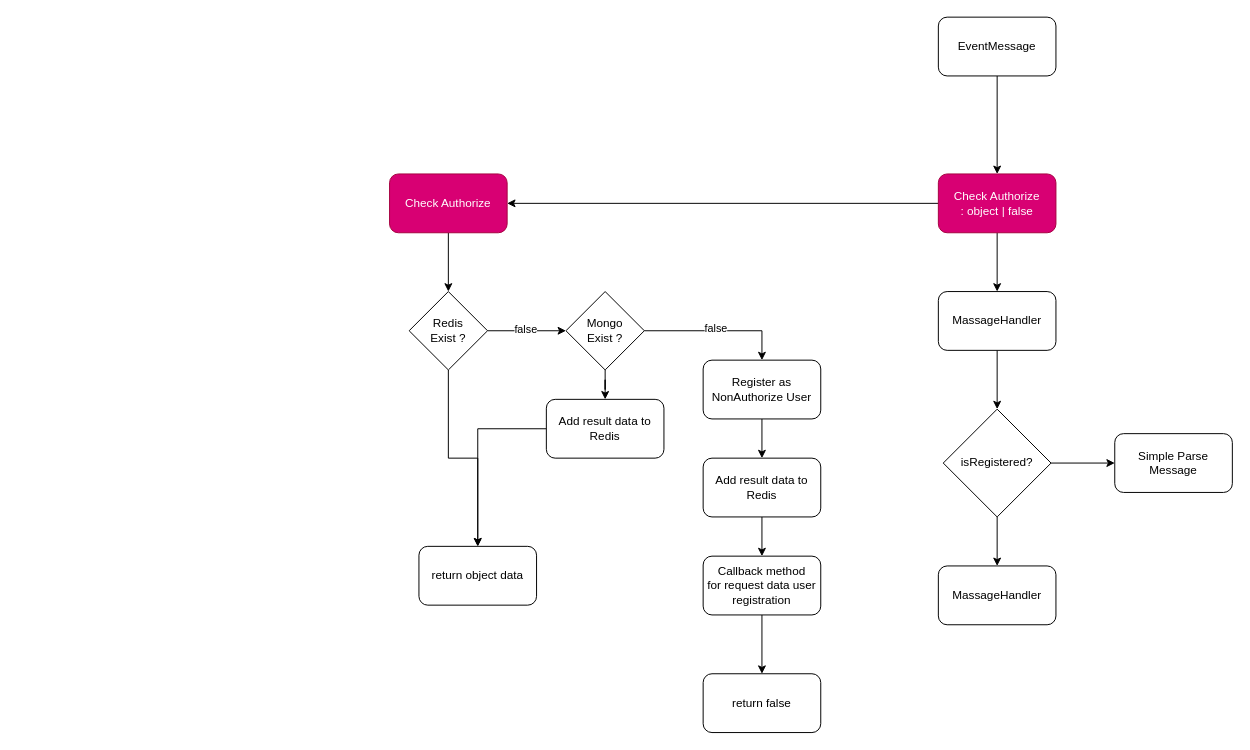
Above: FlowDocumentation.drawio in rizqyn9/r-bot (draw.io), before the change. Source tidied: cells renumbered, new cells numbered last; positions are measured from the earlier drawing's top-left corner, leaving out a move shared by most shapes. Both pictures are drawn from the tidied source at 98%, with x=0, y=0 at pixel (389, 17).
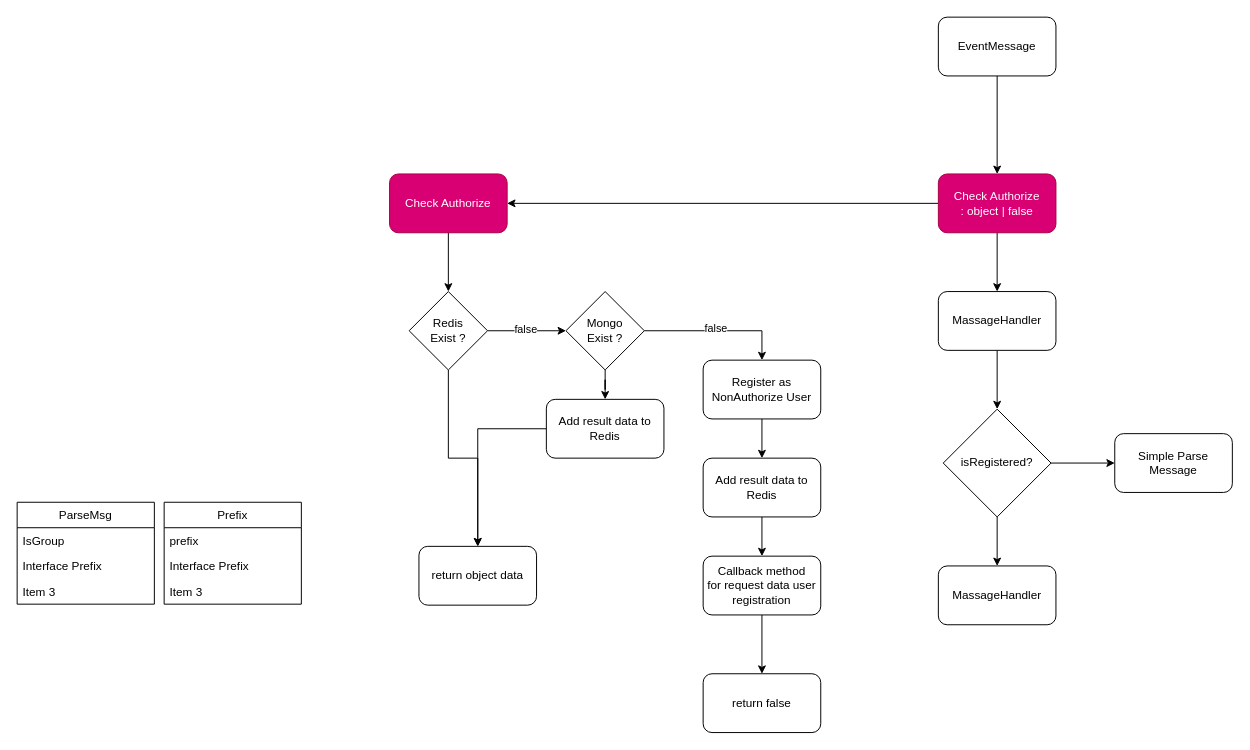
The same page after the edit.

The edit, as a diff of the source:
```diff
@@
+    <mxCell id="34" value="ParseMsg" style="swimlane;fontStyle=0;horizontal=1;startSize=26;" parent="1" vertex="1">
+      <mxGeometry x="-380" y="495" width="140" height="104" as="geometry" />
+    </mxCell>
+    <mxCell id="35" value="IsGroup" style="text;strokeColor=none;fillColor=none;align=left;verticalAlign=top;spacingLeft=4;spacingRight=4;overflow=hidden;" parent="34" vertex="1">
+      <mxGeometry y="26" width="140" height="26" as="geometry" />
+    </mxCell>
+    <mxCell id="36" value="Interface Prefix" style="text;strokeColor=none;fillColor=none;align=left;verticalAlign=top;spacingLeft=4;spacingRight=4;overflow=hidden;" parent="34" vertex="1">
+      <mxGeometry y="52" width="140" height="26" as="geometry" />
+    </mxCell>
+    <mxCell id="37" value="Item 3" style="text;strokeColor=none;fillColor=none;align=left;verticalAlign=top;spacingLeft=4;spacingRight=4;overflow=hidden;" parent="34" vertex="1">
+      <mxGeometry y="78" width="140" height="26" as="geometry" />
+    </mxCell>
+    <mxCell id="38" value="Prefix" style="swimlane;fontStyle=0;horizontal=1;startSize=26;" parent="1" vertex="1">
+      <mxGeometry x="-230" y="495" width="140" height="104" as="geometry" />
+    </mxCell>
+    <mxCell id="39" value="prefix" style="text;strokeColor=none;fillColor=none;align=left;verticalAlign=top;spacingLeft=4;spacingRight=4;overflow=hidden;" parent="38" vertex="1">
+      <mxGeometry y="26" width="140" height="26" as="geometry" />
+    </mxCell>
+    <mxCell id="40" value="Interface Prefix" style="text;strokeColor=none;fillColor=none;align=left;verticalAlign=top;spacingLeft=4;spacingRight=4;overflow=hidden;" parent="38" vertex="1">
+      <mxGeometry y="52" width="140" height="26" as="geometry" />
+    </mxCell>
+    <mxCell id="41" value="Item 3" style="text;strokeColor=none;fillColor=none;align=left;verticalAlign=top;spacingLeft=4;spacingRight=4;overflow=hidden;" parent="38" vertex="1">
+      <mxGeometry y="78" width="140" height="26" as="geometry" />
+    </mxCell>
```
